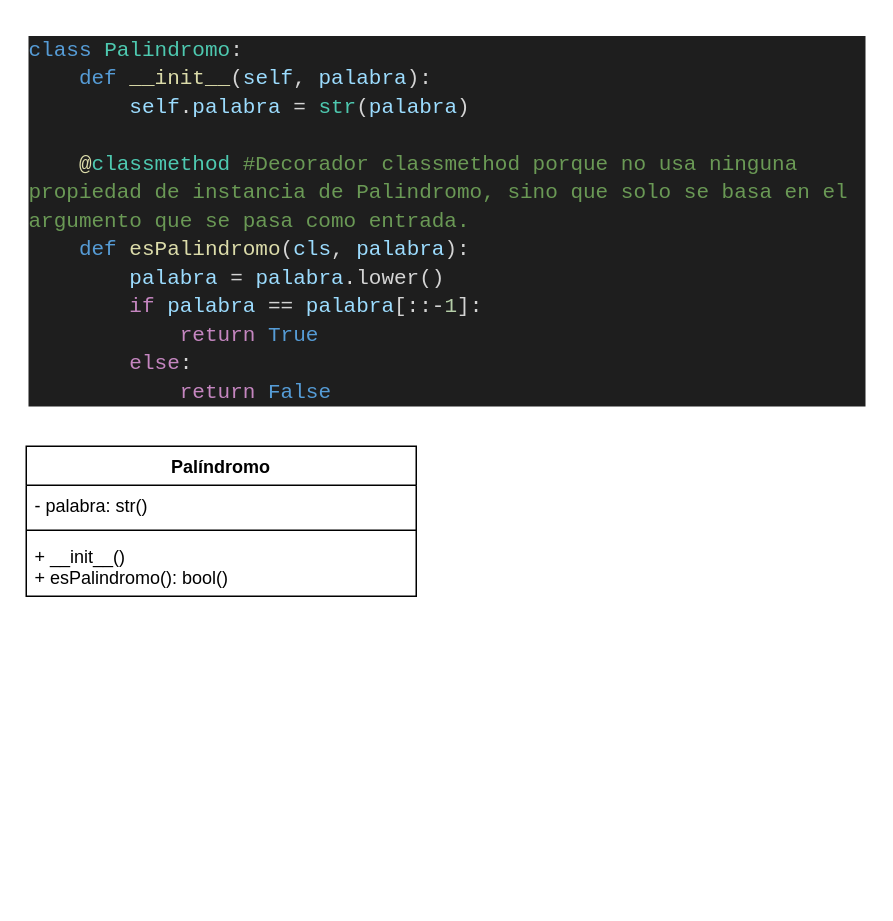
Above: UMLS/ejercicioB.drawio in JoneVdr/Ejercicios-de-clases-POO (draw.io), before the change. Source tidied: cells renumbered, new cells numbered last; positions are measured from the earlier drawing's top-left corner, leaving out a move shared by most shapes. Both pictures are drawn from the tidied source at 150%, with x=0, y=0 at pixel (26, 26).
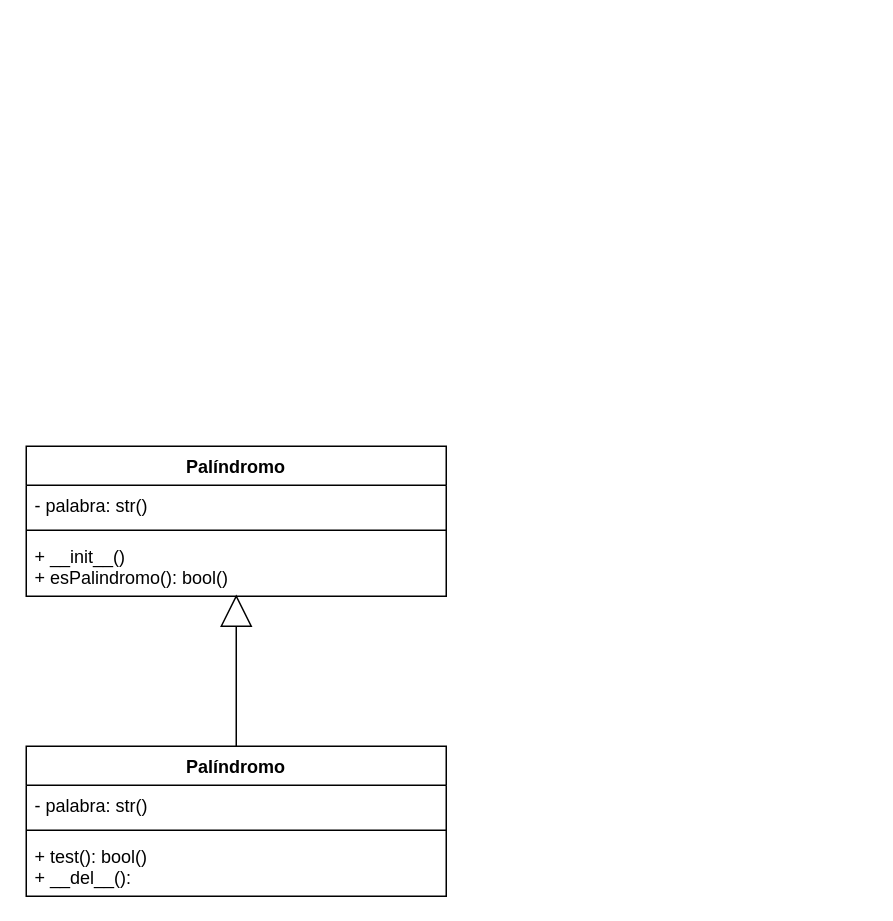
Above is the later version.

Diff of the diagram source:
```diff
@@
 <mxGraphModel>
   <root>
     <mxCell id="0" />
     <mxCell id="1" parent="0" />
-    <mxCell id="2" value="&lt;div style=&quot;color: rgb(212, 212, 212); background-color: rgb(30, 30, 30); font-family: Consolas, &amp;quot;Courier New&amp;quot;, monospace; font-weight: normal; font-size: 14px; line-height: 19px;&quot;&gt;&lt;div&gt;&lt;span style=&quot;color: #569cd6;&quot;&gt;class&lt;/span&gt;&lt;span style=&quot;color: #d4d4d4;&quot;&gt; &lt;/span&gt;&lt;span style=&quot;color: #4ec9b0;&quot;&gt;Palindromo&lt;/span&gt;&lt;span style=&quot;color: #d4d4d4;&quot;&gt;:&lt;/span&gt;&lt;/div&gt;&lt;div&gt;&lt;span style=&quot;color: #d4d4d4;&quot;&gt;&amp;nbsp; &amp;nbsp; &lt;/span&gt;&lt;span style=&quot;color: #569cd6;&quot;&gt;def&lt;/span&gt;&lt;span style=&quot;color: #d4d4d4;&quot;&gt; &lt;/span&gt;&lt;span style=&quot;color: #dcdcaa;&quot;&gt;__init__&lt;/span&gt;&lt;span style=&quot;color: #d4d4d4;&quot;&gt;(&lt;/span&gt;&lt;span style=&quot;color: #9cdcfe;&quot;&gt;self&lt;/span&gt;&lt;span style=&quot;color: #d4d4d4;&quot;&gt;, &lt;/span&gt;&lt;span style=&quot;color: #9cdcfe;&quot;&gt;palabra&lt;/span&gt;&lt;span style=&quot;color: #d4d4d4;&quot;&gt;):&lt;/span&gt;&lt;/div&gt;&lt;div&gt;&lt;span style=&quot;color: #d4d4d4;&quot;&gt;&amp;nbsp; &amp;nbsp; &amp;nbsp; &amp;nbsp; &lt;/span&gt;&lt;span style=&quot;color: #9cdcfe;&quot;&gt;self&lt;/span&gt;&lt;span style=&quot;color: #d4d4d4;&quot;&gt;.&lt;/span&gt;&lt;span style=&quot;color: #9cdcfe;&quot;&gt;palabra&lt;/span&gt;&lt;span style=&quot;color: #d4d4d4;&quot;&gt; = &lt;/span&gt;&lt;span style=&quot;color: #4ec9b0;&quot;&gt;str&lt;/span&gt;&lt;span style=&quot;color: #d4d4d4;&quot;&gt;(&lt;/span&gt;&lt;span style=&quot;color: #9cdcfe;&quot;&gt;palabra&lt;/span&gt;&lt;span style=&quot;color: #d4d4d4;&quot;&gt;)&lt;/span&gt;&lt;/div&gt;&lt;br&gt;&lt;div&gt;&lt;span style=&quot;color: #d4d4d4;&quot;&gt;&amp;nbsp; &amp;nbsp; &lt;/span&gt;&lt;span style=&quot;color: #dcdcaa;&quot;&gt;@&lt;/span&gt;&lt;span style=&quot;color: #4ec9b0;&quot;&gt;classmethod&lt;/span&gt;&lt;span style=&quot;color: #d4d4d4;&quot;&gt; &lt;/span&gt;&lt;span style=&quot;color: #6a9955;&quot;&gt;#Decorador classmethod porque no usa ninguna propiedad de instancia de Palindromo, sino que solo se basa en el argumento que se pasa como entrada.&lt;/span&gt;&lt;/div&gt;&lt;div&gt;&lt;span style=&quot;color: #d4d4d4;&quot;&gt;&amp;nbsp; &amp;nbsp; &lt;/span&gt;&lt;span style=&quot;color: #569cd6;&quot;&gt;def&lt;/span&gt;&lt;span style=&quot;color: #d4d4d4;&quot;&gt; &lt;/span&gt;&lt;span style=&quot;color: #dcdcaa;&quot;&gt;esPalindromo&lt;/span&gt;&lt;span style=&quot;color: #d4d4d4;&quot;&gt;(&lt;/span&gt;&lt;span style=&quot;color: #9cdcfe;&quot;&gt;cls&lt;/span&gt;&lt;span style=&quot;color: #d4d4d4;&quot;&gt;, &lt;/span&gt;&lt;span style=&quot;color: #9cdcfe;&quot;&gt;palabra&lt;/span&gt;&lt;span style=&quot;color: #d4d4d4;&quot;&gt;):&lt;/span&gt;&lt;/div&gt;&lt;div&gt;&lt;span style=&quot;color: #d4d4d4;&quot;&gt;&amp;nbsp; &amp;nbsp; &amp;nbsp; &amp;nbsp; &lt;/span&gt;&lt;span style=&quot;color: #9cdcfe;&quot;&gt;palabra&lt;/span&gt;&lt;span style=&quot;color: #d4d4d4;&quot;&gt; = &lt;/span&gt;&lt;span style=&quot;color: #9cdcfe;&quot;&gt;palabra&lt;/span&gt;&lt;span style=&quot;color: #d4d4d4;&quot;&gt;.lower()&lt;/span&gt;&lt;/div&gt;&lt;div&gt;&lt;span style=&quot;color: #d4d4d4;&quot;&gt;&amp;nbsp; &amp;nbsp; &amp;nbsp; &amp;nbsp; &lt;/span&gt;&lt;span style=&quot;color: #c586c0;&quot;&gt;if&lt;/span&gt;&lt;span style=&quot;color: #d4d4d4;&quot;&gt; &lt;/span&gt;&lt;span style=&quot;color: #9cdcfe;&quot;&gt;palabra&lt;/span&gt;&lt;span style=&quot;color: #d4d4d4;&quot;&gt; == &lt;/span&gt;&lt;span style=&quot;color: #9cdcfe;&quot;&gt;palabra&lt;/span&gt;&lt;span style=&quot;color: #d4d4d4;&quot;&gt;[::-&lt;/span&gt;&lt;span style=&quot;color: #b5cea8;&quot;&gt;1&lt;/span&gt;&lt;span style=&quot;color: #d4d4d4;&quot;&gt;]:&lt;/span&gt;&lt;/div&gt;&lt;div&gt;&lt;span style=&quot;color: #d4d4d4;&quot;&gt;&amp;nbsp; &amp;nbsp; &amp;nbsp; &amp;nbsp; &amp;nbsp; &amp;nbsp; &lt;/span&gt;&lt;span style=&quot;color: #c586c0;&quot;&gt;return&lt;/span&gt;&lt;span style=&quot;color: #d4d4d4;&quot;&gt; &lt;/span&gt;&lt;span style=&quot;color: #569cd6;&quot;&gt;True&lt;/span&gt;&lt;/div&gt;&lt;div&gt;&lt;span style=&quot;color: #d4d4d4;&quot;&gt;&amp;nbsp; &amp;nbsp; &amp;nbsp; &amp;nbsp; &lt;/span&gt;&lt;span style=&quot;color: #c586c0;&quot;&gt;else&lt;/span&gt;&lt;span style=&quot;color: #d4d4d4;&quot;&gt;:&lt;/span&gt;&lt;/div&gt;&lt;div&gt;&lt;span style=&quot;color: #d4d4d4;&quot;&gt;&amp;nbsp; &amp;nbsp; &amp;nbsp; &amp;nbsp; &amp;nbsp; &amp;nbsp; &lt;/span&gt;&lt;span style=&quot;color: #c586c0;&quot;&gt;return&lt;/span&gt;&lt;span style=&quot;color: #d4d4d4;&quot;&gt; &lt;/span&gt;&lt;span style=&quot;color: #569cd6;&quot;&gt;False&lt;/span&gt;&lt;/div&gt;&lt;/div&gt;" style="text;whiteSpace=wrap;html=1;" parent="1" vertex="1">
-      <mxGeometry width="560" height="270" as="geometry" />
-    </mxCell>
     <mxCell id="3" value="Palíndromo" style="swimlane;fontStyle=1;align=center;verticalAlign=top;horizontal=1;startSize=26;" parent="1" vertex="1">
-      <mxGeometry y="280" width="260" height="100" as="geometry" />
+      <mxGeometry y="280" width="280" height="100" as="geometry" />
     </mxCell>
     <mxCell id="4" value="- palabra: str()" style="text;strokeColor=none;fillColor=none;align=left;verticalAlign=top;spacingLeft=4;spacingRight=4;overflow=hidden;" parent="3" vertex="1">
-      <mxGeometry y="26" width="260" height="26" as="geometry" />
+      <mxGeometry y="26" width="280" height="26" as="geometry" />
     </mxCell>
     <mxCell id="5" style="line;strokeWidth=1;fillColor=none;align=left;verticalAlign=middle;spacingTop=-1;spacingLeft=3;spacingRight=3;labelPosition=right;strokeColor=inherit;" parent="3" vertex="1">
-      <mxGeometry y="52" width="260" height="8" as="geometry" />
+      <mxGeometry y="52" width="280" height="8" as="geometry" />
     </mxCell>
     <mxCell id="6" value="+ __init__()&#10;+ esPalindromo(): bool()" style="text;strokeColor=none;fillColor=none;align=left;verticalAlign=top;spacingLeft=4;spacingRight=4;overflow=hidden;" parent="3" vertex="1">
-      <mxGeometry y="60" width="260" height="40" as="geometry" />
+      <mxGeometry y="60" width="280" height="40" as="geometry" />
     </mxCell>
+    <mxCell id="7" style="triangle;whiteSpace=wrap;html=1;rotation=-90;" parent="1" vertex="1">
+      <mxGeometry x="130" y="380" width="20" height="20" as="geometry" />
+    </mxCell>
+    <mxCell id="8" style="endArrow=none;html=1;entryX=0;entryY=0.5;entryDx=0;entryDy=0;" parent="1" edge="1" target="7">
+      <mxGeometry relative="1" as="geometry">
+        <mxPoint x="140" y="480" as="sourcePoint" />
+      </mxGeometry>
+    </mxCell>
+    <mxCell id="9" value="Palíndromo" style="swimlane;fontStyle=1;align=center;verticalAlign=top;horizontal=1;startSize=26;" parent="1" vertex="1">
+      <mxGeometry y="480" width="280" height="100" as="geometry" />
+    </mxCell>
+    <mxCell id="10" value="- palabra: str()" style="text;strokeColor=none;fillColor=none;align=left;verticalAlign=top;spacingLeft=4;spacingRight=4;overflow=hidden;" parent="9" vertex="1">
+      <mxGeometry y="26" width="280" height="26" as="geometry" />
+    </mxCell>
+    <mxCell id="11" style="line;strokeWidth=1;fillColor=none;align=left;verticalAlign=middle;spacingTop=-1;spacingLeft=3;spacingRight=3;labelPosition=right;strokeColor=inherit;" parent="9" vertex="1">
+      <mxGeometry y="52" width="280" height="8" as="geometry" />
+    </mxCell>
+    <mxCell id="12" value="+ test(): bool()&#10;+ __del__():" style="text;strokeColor=none;fillColor=none;align=left;verticalAlign=top;spacingLeft=4;spacingRight=4;overflow=hidden;" parent="9" vertex="1">
+      <mxGeometry y="60" width="280" height="40" as="geometry" />
+    </mxCell>
   </root>
 </mxGraphModel>
```
